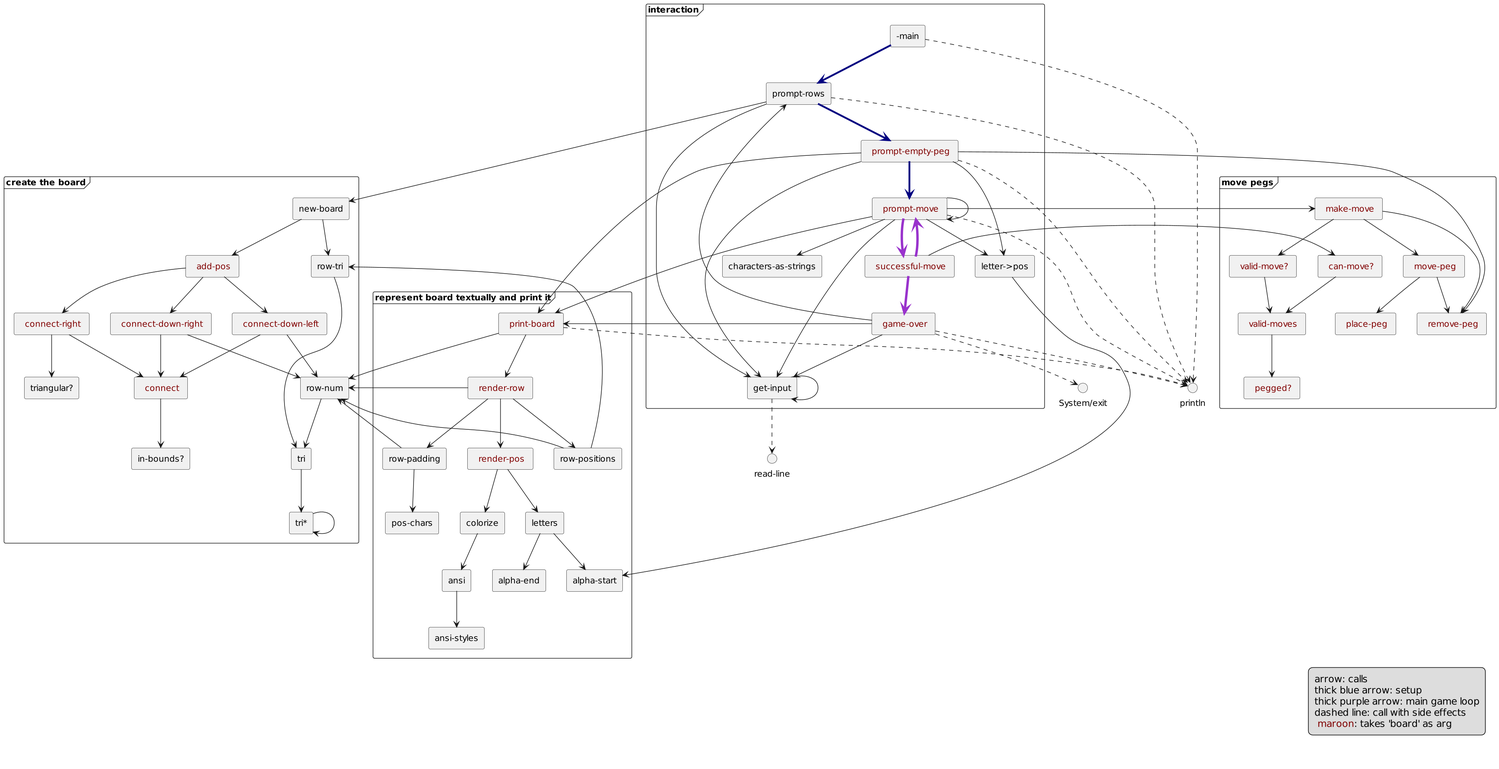
Above: images/2023/clj-12/clj-diagram.png in j19sch/j19sch.github.io (PlantUML), before the change.
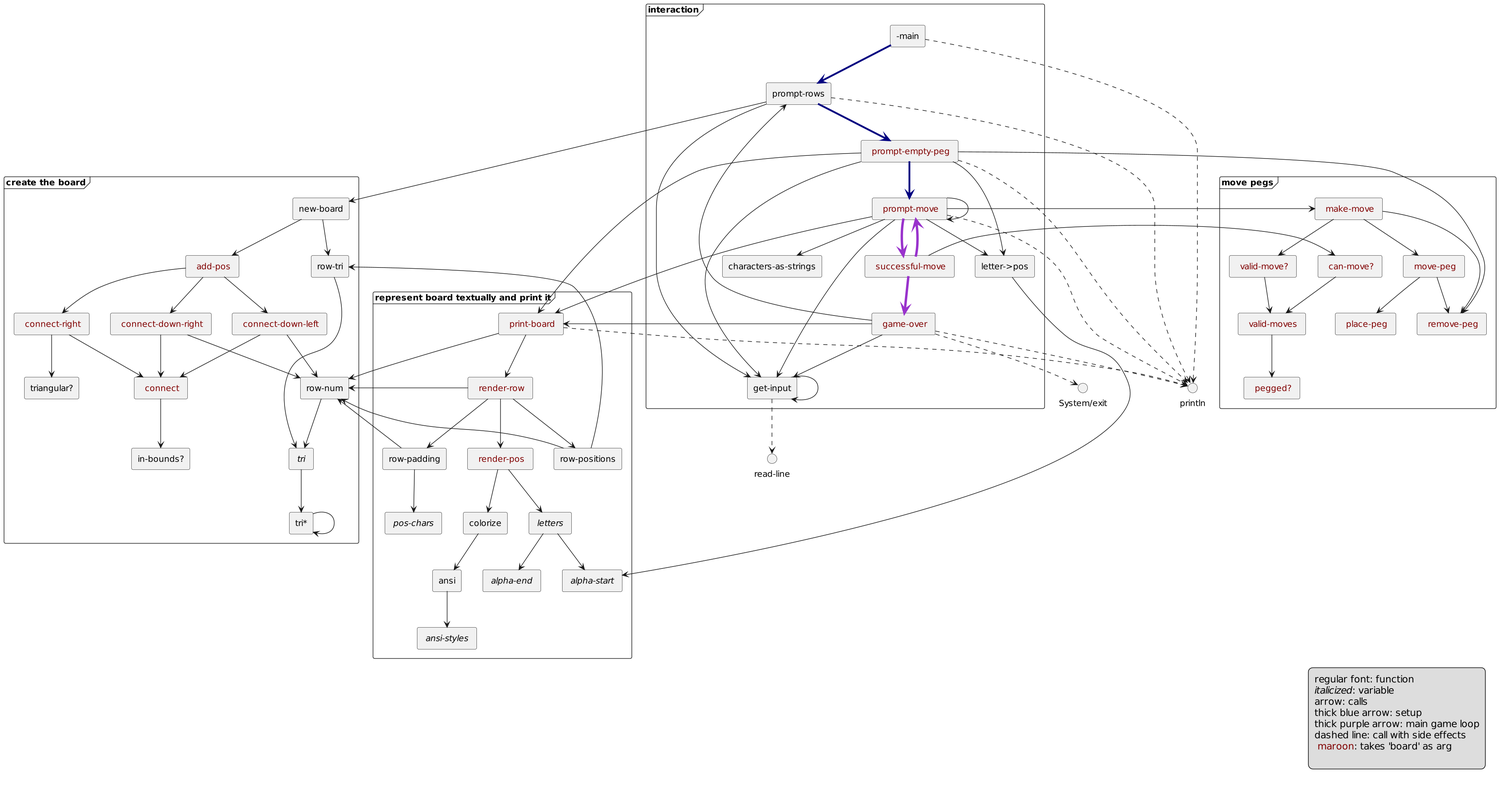
The same file after the commit.

Change to the diagram source:
```diff
@@ -19,11 +19,14 @@
 
 
 legend bottom right
+	regular font: function
+	//italicized//: variable
 	arrow: calls
 	thick blue arrow: setup
 	thick purple arrow: main game loop
 	dashed line: call with side effects
 	<color:maroon> maroon<color:black>: takes 'board' as arg
+
 end legend
 
 
@@ -34,7 +37,7 @@
 
 frame "create the board" {
 	[tri*]
-	[tri]
+	[ //tri// ]
 	[triangular?]
 	[row-tri]
 	[row-num]
@@ -59,11 +62,11 @@
 }
 
 frame "represent board textually and print it" {
-	[alpha-start]
-	[alpha-end]
-	[letters]
-	[pos-chars]
-	[ansi-styles]
+	[ //alpha-start// ]
+	[ //alpha-end// ]
+	[ //letters// ]
+	[ //pos-chars// ]
+	[ //ansi-styles// ]
 
 	[ansi]
 	[colorize]
@@ -90,9 +93,9 @@
 
 
 [tri*] --> [tri*]
-[tri] --> [tri*]
-[row-tri] --> [tri]
-[row-num] --> [tri]
+[ //tri// ] --> [tri*]
+[row-tri] --> [ //tri// ]
+[row-num] --> [ //tri// ]
 [ <color:maroon> connect ] --> [in-bounds?]
 [ <color:maroon> connect-right ] --> [triangular?]
 [ <color:maroon> connect-right ] --> [ <color:maroon> connect ]
@@ -115,15 +118,15 @@
 [ <color:maroon> make-move ] --> [ <color:maroon> remove-peg ]
 [ <color:maroon> can-move? ] --> [ <color:maroon> valid-moves ]
 
-[letters] --> [alpha-start]
-[letters] --> [alpha-end]
-[ansi] --> [ansi-styles]
+[ //letters// ] --> [ //alpha-start// ]
+[ //letters// ] --> [ //alpha-end// ]
+[ansi] --> [ //ansi-styles// ]
 [colorize] --> [ansi]
-[ <color:maroon> render-pos ] --> [letters]
+[ <color:maroon> render-pos ] --> [ //letters// ]
 [ <color:maroon> render-pos ] --> [colorize]
 [row-positions] -left-> [row-tri]
 [row-positions] -left-> [row-num]
-[row-padding] --> [pos-chars]
+[row-padding] --> [ //pos-chars// ]
 [row-padding] -left-> [row-num]
 [ <color:maroon> render-row ] --> [row-padding]
 [ <color:maroon> render-row ] --> [ <color:maroon> render-pos ]
@@ -133,7 +136,7 @@
 [ <color:maroon> print-board ] -left-> [row-num]
 [ <color:maroon> print-board ] ..> println
 
-[letter->pos] -> [alpha-start]
+[letter->pos] -> [ //alpha-start// ]
 [get-input] --> [get-input]
 [get-input] ..> readline
 [ <color:maroon> prompt-move ] ..> println
```
